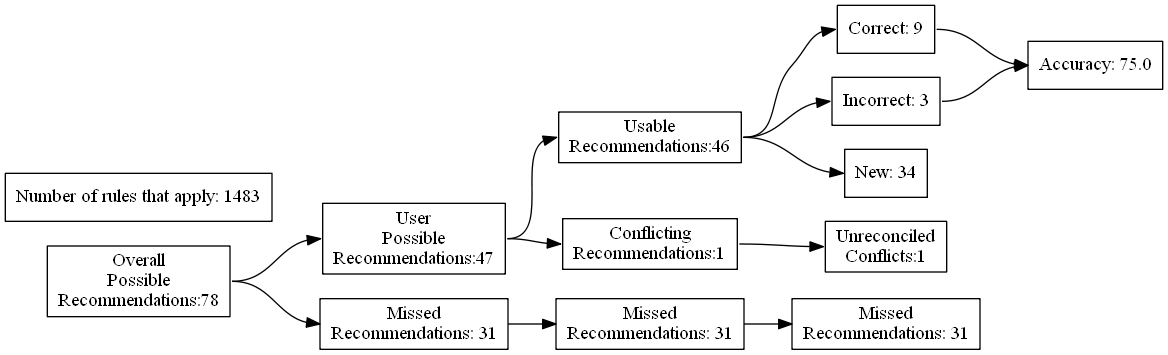
Earlier version of the Graphviz export test_renders/71.gv.png (ZaxR/ibd_diet_analysis). Its source is kept beside it as test_renders/71.gv.
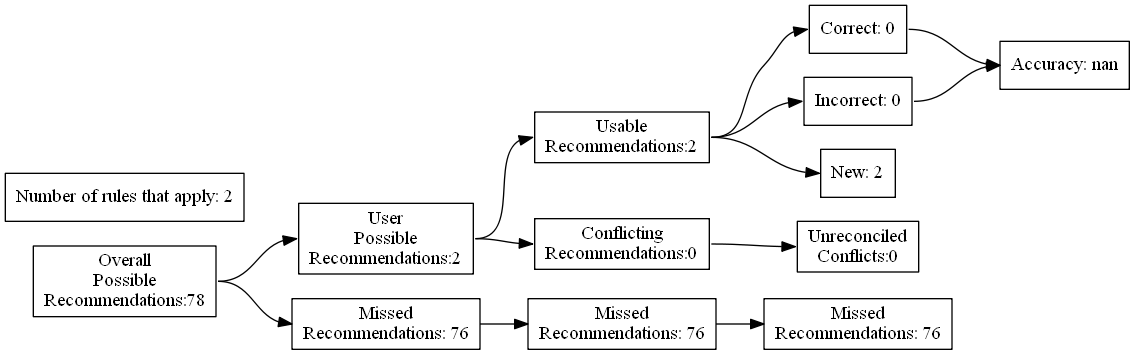
The same diagram one commit later.

Change to the diagram source:
```diff
@@ -7,24 +7,24 @@
 Recommendations:78"]
 		B [label="User
 Possible
-Recommendations:47"]
+Recommendations:2"]
 		C [label="Missed
-Recommendations: 31"]
+Recommendations: 76"]
 		D [label="Usable
-Recommendations:46"]
+Recommendations:2"]
 		E [label="Conflicting
-Recommendations:1"]
+Recommendations:0"]
 		J [label="Missed
-Recommendations: 31"]
+Recommendations: 76"]
 		M [label="Unreconciled
-Conflicts:1"]
-		F [label="Correct: 9"]
-		G [label="Incorrect: 3"]
-		H [label="New: 34"]
+Conflicts:0"]
+		F [label="Correct: 0"]
+		G [label="Incorrect: 0"]
+		H [label="New: 2"]
 		K [label="Missed
-Recommendations: 31"]
-		I [label="Accuracy: 75.0"]
-		l [label="Number of rules that apply: 1483"]
+Recommendations: 76"]
+		I [label="Accuracy: nan"]
+		l [label="Number of rules that apply: 2"]
 			A -> B
 			A -> C
 			B -> D
```
